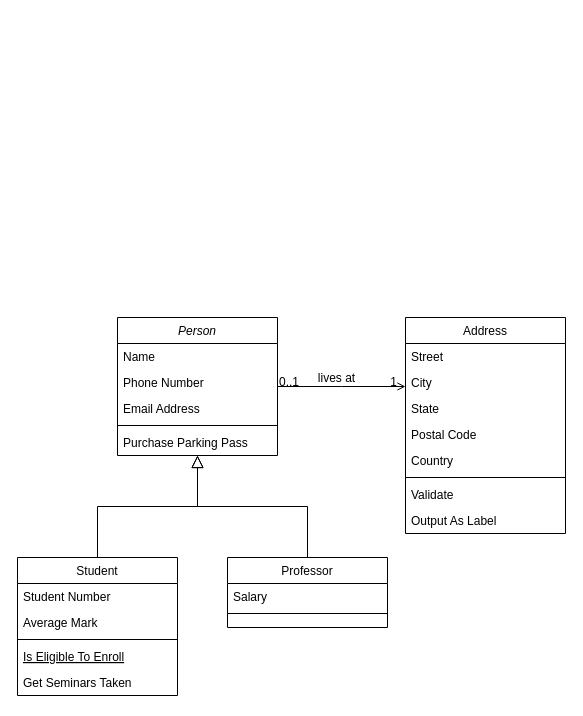
The draw.io diagram Untitled Diagram.drawio in veltzg/OOP_Assignment3, before the edit. Source tidied: cells renumbered, new cells numbered last; positions are measured from the earlier drawing's top-left corner, leaving out a move shared by most shapes. Both pictures are drawn from the tidied source at 100%, with x=0, y=0 at pixel (17, 317).
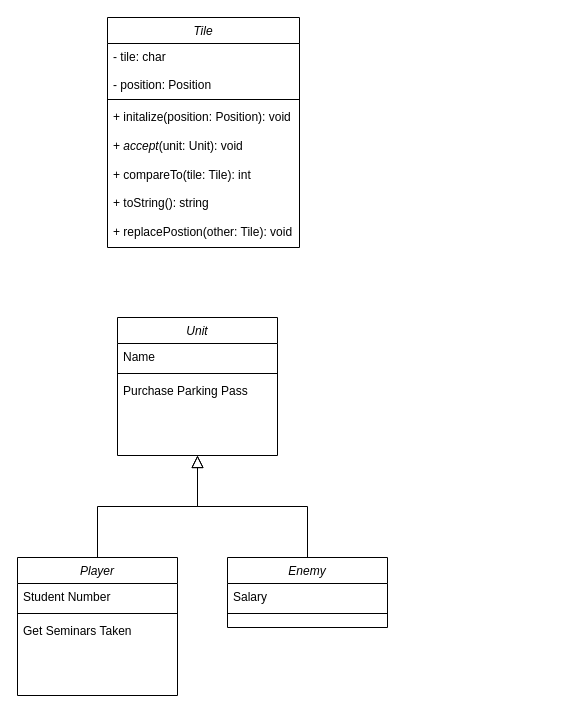
Above is the later version.

What changed in the source:
```diff
@@
-    <mxCell id="2" value="Person" style="swimlane;fontStyle=2;align=center;verticalAlign=top;horizontal=1;startSize=26;rounded=0;shadow=0;strokeWidth=1;" parent="1" vertex="1">
+    <mxCell id="2" value="Unit" style="swimlane;fontStyle=2;align=center;verticalAlign=top;horizontal=1;startSize=26;rounded=0;shadow=0;strokeWidth=1;" parent="1" vertex="1">
       <mxGeometry x="100" width="160" height="138" as="geometry" />
     </mxCell>
@@
-    <mxCell id="4" value="Phone Number" style="text;align=left;verticalAlign=top;spacingLeft=4;spacingRight=4;overflow=hidden;rounded=0;shadow=0;html=0;" parent="2" vertex="1">
-      <mxGeometry y="52" width="160" height="26" as="geometry" />
-    </mxCell>
-    <mxCell id="5" value="Email Address" style="text;align=left;verticalAlign=top;spacingLeft=4;spacingRight=4;overflow=hidden;rounded=0;shadow=0;html=0;" parent="2" vertex="1">
-      <mxGeometry y="78" width="160" height="26" as="geometry" />
-    </mxCell>
     <mxCell id="6" style="line;html=1;strokeWidth=1;align=left;verticalAlign=middle;spacingTop=-1;spacingLeft=3;spacingRight=3;labelPosition=right;" parent="2" vertex="1">
-      <mxGeometry y="104" width="160" height="8" as="geometry" />
+      <mxGeometry y="52" width="160" height="8" as="geometry" />
     </mxCell>
     <mxCell id="7" value="Purchase Parking Pass" style="text;align=left;verticalAlign=top;spacingLeft=4;spacingRight=4;overflow=hidden;" parent="2" vertex="1">
-      <mxGeometry y="112" width="160" height="26" as="geometry" />
+      <mxGeometry y="60" width="160" height="26" as="geometry" />
     </mxCell>
-    <mxCell id="8" value="Student" style="swimlane;fontStyle=0;align=center;verticalAlign=top;horizontal=1;startSize=26;rounded=0;shadow=0;strokeWidth=1;" parent="1" vertex="1">
+    <mxCell id="8" value="Player" style="swimlane;fontStyle=2;align=center;verticalAlign=top;horizontal=1;startSize=26;rounded=0;shadow=0;strokeWidth=1;" parent="1" vertex="1">
       <mxGeometry y="240" width="160" height="138" as="geometry" />
     </mxCell>
@@
-    <mxCell id="10" value="Average Mark" style="text;align=left;verticalAlign=top;spacingLeft=4;spacingRight=4;overflow=hidden;rounded=0;shadow=0;html=0;" parent="8" vertex="1">
-      <mxGeometry y="52" width="160" height="26" as="geometry" />
-    </mxCell>
     <mxCell id="11" style="line;html=1;strokeWidth=1;align=left;verticalAlign=middle;spacingTop=-1;spacingLeft=3;spacingRight=3;labelPosition=right;" parent="8" vertex="1">
-      <mxGeometry y="78" width="160" height="8" as="geometry" />
+      <mxGeometry y="52" width="160" height="8" as="geometry" />
     </mxCell>
-    <mxCell id="12" value="Is Eligible To Enroll" style="text;align=left;verticalAlign=top;spacingLeft=4;spacingRight=4;overflow=hidden;fontStyle=4;" parent="8" vertex="1">
-      <mxGeometry y="86" width="160" height="26" as="geometry" />
-    </mxCell>
     <mxCell id="13" value="Get Seminars Taken" style="text;align=left;verticalAlign=top;spacingLeft=4;spacingRight=4;overflow=hidden;" parent="8" vertex="1">
-      <mxGeometry y="112" width="160" height="26" as="geometry" />
+      <mxGeometry y="60" width="160" height="26" as="geometry" />
     </mxCell>
@@
-    <mxCell id="15" value="Professor" style="swimlane;fontStyle=0;align=center;verticalAlign=top;horizontal=1;startSize=26;rounded=0;shadow=0;strokeWidth=1;" parent="1" vertex="1">
+    <mxCell id="15" value="Enemy" style="swimlane;fontStyle=2;align=center;verticalAlign=top;horizontal=1;startSize=26;rounded=0;shadow=0;strokeWidth=1;" parent="1" vertex="1">
       <mxGeometry x="210" y="240" width="160" height="70" as="geometry" />
     </mxCell>
@@
-    <mxCell id="19" value="Address" style="swimlane;fontStyle=0;align=center;verticalAlign=top;horizontal=1;startSize=26;rounded=0;shadow=0;strokeWidth=1;" parent="1" vertex="1">
-      <mxGeometry x="388" width="160" height="216" as="geometry" />
+    <mxCell id="19" value="Tile" style="swimlane;fontStyle=2;align=center;verticalAlign=top;horizontal=1;startSize=26;rounded=0;shadow=0;strokeWidth=1;" parent="1" vertex="1">
+      <mxGeometry x="90" y="-300" width="192" height="230" as="geometry" />
     </mxCell>
-    <mxCell id="20" value="Street" style="text;align=left;verticalAlign=top;spacingLeft=4;spacingRight=4;overflow=hidden;" parent="19" vertex="1">
-      <mxGeometry y="26" width="160" height="26" as="geometry" />
+    <mxCell id="20" value="- tile: char&#10;&#10;- position: Position" style="text;align=left;verticalAlign=top;spacingLeft=4;spacingRight=4;overflow=hidden;" parent="19" vertex="1">
+      <mxGeometry y="26" width="192" height="52" as="geometry" />
     </mxCell>
-    <mxCell id="21" value="City" style="text;align=left;verticalAlign=top;spacingLeft=4;spacingRight=4;overflow=hidden;rounded=0;shadow=0;html=0;" parent="19" vertex="1">
-      <mxGeometry y="52" width="160" height="26" as="geometry" />
-    </mxCell>
-    <mxCell id="22" value="State" style="text;align=left;verticalAlign=top;spacingLeft=4;spacingRight=4;overflow=hidden;rounded=0;shadow=0;html=0;" parent="19" vertex="1">
-      <mxGeometry y="78" width="160" height="26" as="geometry" />
-    </mxCell>
-    <mxCell id="23" value="Postal Code" style="text;align=left;verticalAlign=top;spacingLeft=4;spacingRight=4;overflow=hidden;rounded=0;shadow=0;html=0;" parent="19" vertex="1">
-      <mxGeometry y="104" width="160" height="26" as="geometry" />
-    </mxCell>
-    <mxCell id="24" value="Country" style="text;align=left;verticalAlign=top;spacingLeft=4;spacingRight=4;overflow=hidden;rounded=0;shadow=0;html=0;" parent="19" vertex="1">
-      <mxGeometry y="130" width="160" height="26" as="geometry" />
-    </mxCell>
     <mxCell id="25" style="line;html=1;strokeWidth=1;align=left;verticalAlign=middle;spacingTop=-1;spacingLeft=3;spacingRight=3;labelPosition=right;" parent="19" vertex="1">
-      <mxGeometry y="156" width="160" height="8" as="geometry" />
+      <mxGeometry y="78" width="192" height="8" as="geometry" />
     </mxCell>
-    <mxCell id="26" value="Validate" style="text;align=left;verticalAlign=top;spacingLeft=4;spacingRight=4;overflow=hidden;" parent="19" vertex="1">
-      <mxGeometry y="164" width="160" height="26" as="geometry" />
+    <mxCell id="26" value="+ initalize(position: Position): void&lt;br&gt;&lt;br&gt;+ &lt;i&gt;accept&lt;/i&gt;(unit: Unit): void&lt;br&gt;&lt;br&gt;+ compareTo(tile: Tile): int&lt;br&gt;&lt;br&gt;+ toString(): string&lt;br&gt;&lt;br&gt;+ replacePostion(other: Tile): void" style="text;align=left;verticalAlign=top;spacingLeft=4;spacingRight=4;overflow=hidden;html=1;" parent="19" vertex="1">
+      <mxGeometry y="86" width="192" height="144" as="geometry" />
     </mxCell>
-    <mxCell id="27" value="Output As Label" style="text;align=left;verticalAlign=top;spacingLeft=4;spacingRight=4;overflow=hidden;" parent="19" vertex="1">
-      <mxGeometry y="190" width="160" height="26" as="geometry" />
-    </mxCell>
-    <mxCell id="28" style="endArrow=open;shadow=0;strokeWidth=1;rounded=0;endFill=1;edgeStyle=elbowEdgeStyle;elbow=vertical;" parent="1" edge="1" source="2" target="19">
-      <mxGeometry x="0.5" y="41" relative="1" as="geometry">
-        <mxPoint x="-40" y="32" as="offset" />
-      </mxGeometry>
-    </mxCell>
-    <mxCell id="29" value="0..1" style="align=left;verticalAlign=bottom;labelBackgroundColor=none;fontSize=12;" parent="28" vertex="1">
-      <mxGeometry x="-1" relative="1" as="geometry">
-        <mxPoint y="4" as="offset" />
-      </mxGeometry>
-    </mxCell>
-    <mxCell id="30" value="1" style="align=right;verticalAlign=bottom;labelBackgroundColor=none;fontSize=12;" parent="28" vertex="1">
-      <mxGeometry x="1" relative="1" as="geometry">
-        <mxPoint x="-7" y="4" as="offset" />
-      </mxGeometry>
-    </mxCell>
-    <mxCell id="31" value="lives at" style="text;html=1;align=center;verticalAlign=middle;labelBackgroundColor=none;rounded=0;shadow=0;strokeWidth=1;fontSize=12;" parent="28" vertex="1">
-      <mxGeometry x="0.5" y="49" relative="1" as="geometry">
-        <mxPoint x="-38" y="40" as="offset" />
-      </mxGeometry>
-    </mxCell>
```
